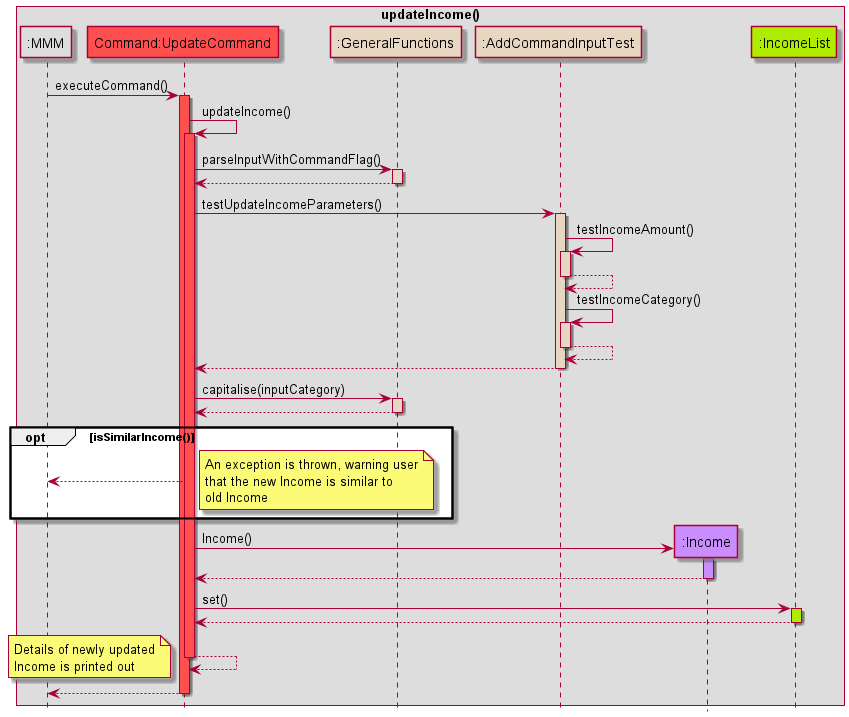
nus-cs2113-AY2122S2/tp keeps this PlantUML diagram as docs/images/UpdateIncomeSequenceDiagram.png. Above is the earlier version. Its diagram source:
```plantuml
@startuml
!include Style.puml

box updateIncome()
participant ":MMM" as MMM MMM_COLOUR
participant "Command:UpdateCommand" as updateCommand COMMANDS_COLOUR
participant ":GeneralFunctions" as GeneralFunctions HELPER_COLOUR
participant ":AddCommandInputTest" as AddCommandInputTest HELPER_COLOUR
participant ":Income" as Income USERFINANCIAL_COLOUR
participant ":IncomeList" as IncomeList DATA_COLOUR

end box
hide footbox

MMM -> updateCommand: executeCommand()
activate updateCommand COMMANDS_COLOUR

updateCommand -> updateCommand: updateIncome()
activate updateCommand COMMANDS_COLOUR

updateCommand -> GeneralFunctions: parseInputWithCommandFlag()
activate GeneralFunctions HELPER_COLOUR
GeneralFunctions --> updateCommand
deactivate GeneralFunctions


updateCommand -> AddCommandInputTest: testUpdateIncomeParameters()
activate AddCommandInputTest HELPER_COLOUR

AddCommandInputTest -> AddCommandInputTest: testIncomeAmount()
activate AddCommandInputTest HELPER_COLOUR
AddCommandInputTest --> AddCommandInputTest
deactivate AddCommandInputTest

AddCommandInputTest -> AddCommandInputTest: testIncomeCategory()
activate AddCommandInputTest HELPER_COLOUR
AddCommandInputTest --> AddCommandInputTest
deactivate AddCommandInputTest

AddCommandInputTest --> updateCommand
deactivate AddCommandInputTest

updateCommand -> GeneralFunctions: capitalise(inputCategory)
activate GeneralFunctions HELPER_COLOUR
GeneralFunctions --> updateCommand
deactivate GeneralFunctions

opt isSimilarIncome()
updateCommand --> MMM
note right
An exception is thrown, warning user
that the new Income is similar to
old Income
end note
end

create Income
updateCommand -> Income: Income()
activate Income USERFINANCIAL_COLOUR
Income --> updateCommand
deactivate Income

updateCommand -> IncomeList: set()
activate IncomeList DATA_COLOUR
IncomeList --> updateCommand
deactivate IncomeList

updateCommand --> updateCommand
deactivate updateCommand

note left
Details of newly updated
Income is printed out
end note

updateCommand --> MMM
deactivate updateCommand
@enduml
```
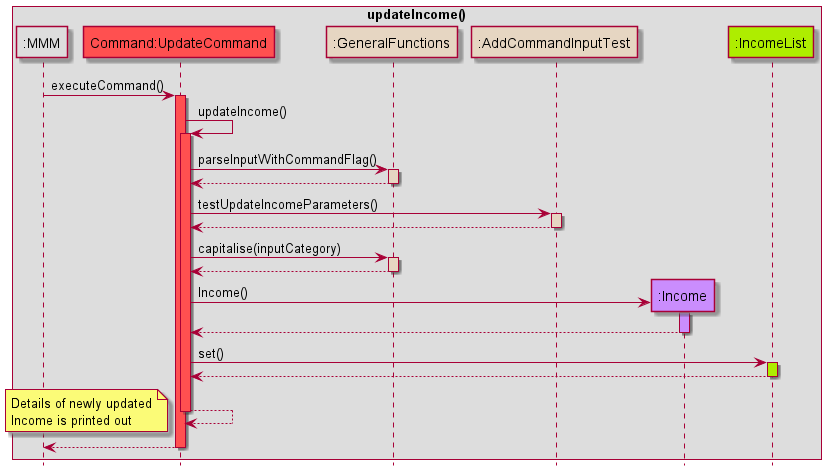
The same file after the commit.

Diff of the diagram source:
```diff
@@ -27,16 +27,6 @@
 updateCommand -> AddCommandInputTest: testUpdateIncomeParameters()
 activate AddCommandInputTest HELPER_COLOUR
 
-AddCommandInputTest -> AddCommandInputTest: testIncomeAmount()
-activate AddCommandInputTest HELPER_COLOUR
-AddCommandInputTest --> AddCommandInputTest
-deactivate AddCommandInputTest
-
-AddCommandInputTest -> AddCommandInputTest: testIncomeCategory()
-activate AddCommandInputTest HELPER_COLOUR
-AddCommandInputTest --> AddCommandInputTest
-deactivate AddCommandInputTest
-
 AddCommandInputTest --> updateCommand
 deactivate AddCommandInputTest
 
@@ -44,15 +34,6 @@
 activate GeneralFunctions HELPER_COLOUR
 GeneralFunctions --> updateCommand
 deactivate GeneralFunctions
-
-opt isSimilarIncome()
-updateCommand --> MMM
-note right
-An exception is thrown, warning user
-that the new Income is similar to
-old Income
-end note
-end
 
 create Income
 updateCommand -> Income: Income()
```
